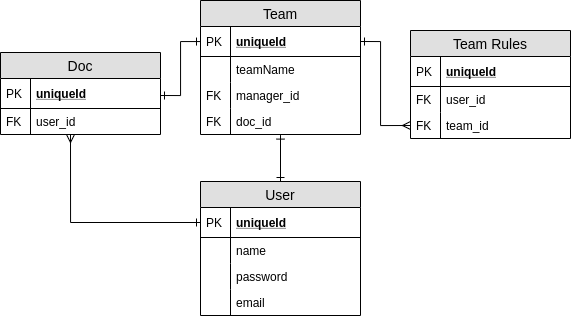
Before: docs/Rule-Permissions.png, a diagram exported from draw.io (joaomede/api-doc-js-sdk). Source tidied: cells renumbered, new cells last; positions are measured from the earlier drawing's top-left corner, leaving out a move shared by most shapes.
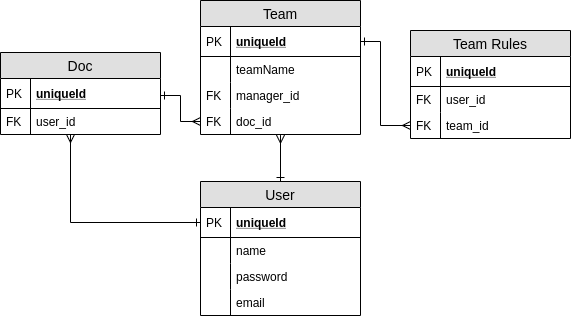
After the change.

The edit, as a diff of the source:
```diff
@@ -18,12 +18,12 @@
         </Array>
       </mxGeometry>
     </mxCell>
-    <mxCell id="4" style="edgeStyle=orthogonalEdgeStyle;rounded=0;jettySize=auto;html=1;exitX=1;exitY=0.5;exitDx=0;exitDy=0;startArrow=ERone;startFill=0;endArrow=ERone;endFill=0;" parent="1" edge="1" target="28">
+    <mxCell id="4" style="edgeStyle=orthogonalEdgeStyle;rounded=0;jettySize=auto;html=1;exitX=1;exitY=0.5;exitDx=0;exitDy=0;startArrow=ERone;startFill=0;endArrow=ERmany;endFill=0;entryX=0;entryY=0.5;entryDx=0;entryDy=0;" parent="1" edge="1" target="34">
       <mxGeometry relative="1" as="geometry">
         <mxPoint x="160" y="95" as="sourcePoint" />
         <Array as="points">
           <mxPoint x="180" y="95" />
-          <mxPoint x="180" y="41" />
+          <mxPoint x="180" y="121" />
         </Array>
       </mxGeometry>
     </mxCell>
@@ -42,7 +42,7 @@
     <mxCell id="9" value="FK" style="shape=partialRectangle;top=0;left=0;bottom=0;fillColor=none;align=left;verticalAlign=top;spacingLeft=4;spacingRight=4;overflow=hidden;fontSize=12;" parent="8" vertex="1">
       <mxGeometry width="30" height="26" as="geometry" />
     </mxCell>
-    <mxCell id="10" style="edgeStyle=orthogonalEdgeStyle;rounded=0;jettySize=auto;html=1;entryX=0.5;entryY=1.023;entryDx=0;entryDy=0;entryPerimeter=0;startArrow=ERone;startFill=0;endArrow=ERone;endFill=0;" parent="1" edge="1" source="11" target="34">
+    <mxCell id="10" style="edgeStyle=orthogonalEdgeStyle;rounded=0;jettySize=auto;html=1;entryX=0.5;entryY=1.023;entryDx=0;entryDy=0;entryPerimeter=0;startArrow=ERone;startFill=0;endArrow=ERmany;endFill=0;" parent="1" edge="1" source="11" target="34">
       <mxGeometry relative="1" as="geometry" />
     </mxCell>
     <mxCell id="11" value="User" style="swimlane;fontStyle=0;horizontal=1;startSize=26;fillColor=#e0e0e0;swimlaneFillColor=#ffffff;align=center;fontSize=14;" parent="1" vertex="1">
```
